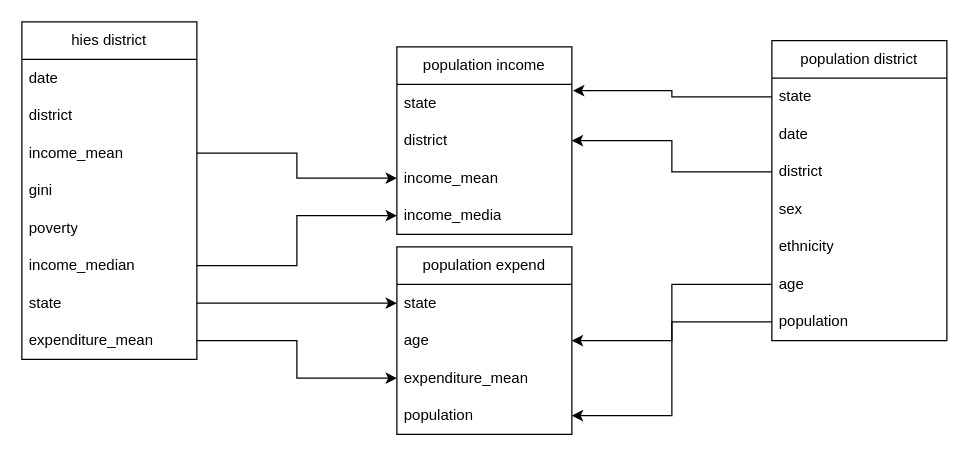
enchee123/potential-octo-guacamole keeps this draw.io diagram as Untitled Diagram.drawio. Above is the earlier version. Source tidied: cells renumbered, new cells numbered last; positions are measured from the earlier drawing's top-left corner, leaving out a move shared by most shapes. Both pictures are drawn from the tidied source at 125%, with x=0, y=0 at pixel (21, 21).
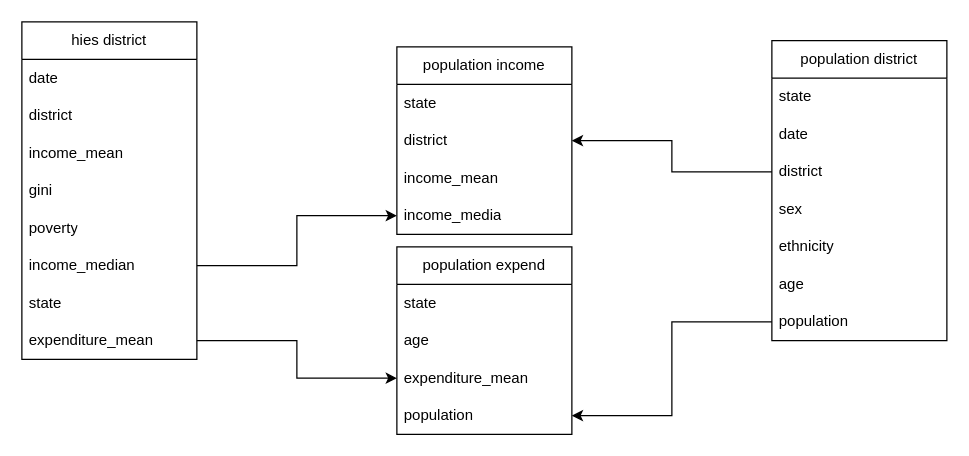
The same diagram, later.

Unchanged cells that the change refers to:
```xml
<mxCell id="5" value="income_mean" style="text;strokeColor=none;fillColor=none;align=left;verticalAlign=middle;spacingLeft=4;spacingRight=4;overflow=hidden;points=[[0,0.5],[1,0.5]];portConstraint=eastwest;whiteSpace=wrap;html=1;" parent="2" vertex="1">
  <mxGeometry y="90" width="140" height="30" as="geometry" />
</mxCell>
<mxCell id="9" value="state" style="text;strokeColor=none;fillColor=none;align=left;verticalAlign=middle;spacingLeft=4;spacingRight=4;overflow=hidden;points=[[0,0.5],[1,0.5]];portConstraint=eastwest;whiteSpace=wrap;html=1;" parent="2" vertex="1">
  <mxGeometry y="210" width="140" height="30" as="geometry" />
</mxCell>
<mxCell id="12" value="state" style="text;strokeColor=none;fillColor=none;align=left;verticalAlign=middle;spacingLeft=4;spacingRight=4;overflow=hidden;points=[[0,0.5],[1,0.5]];portConstraint=eastwest;whiteSpace=wrap;html=1;" parent="11" vertex="1">
  <mxGeometry y="30" width="140" height="30" as="geometry" />
</mxCell>
<mxCell id="17" value="age" style="text;strokeColor=none;fillColor=none;align=left;verticalAlign=middle;spacingLeft=4;spacingRight=4;overflow=hidden;points=[[0,0.5],[1,0.5]];portConstraint=eastwest;whiteSpace=wrap;html=1;" parent="11" vertex="1">
  <mxGeometry y="180" width="140" height="30" as="geometry" />
</mxCell>
<mxCell id="20" value="state" style="text;strokeColor=none;fillColor=none;align=left;verticalAlign=middle;spacingLeft=4;spacingRight=4;overflow=hidden;points=[[0,0.5],[1,0.5]];portConstraint=eastwest;whiteSpace=wrap;html=1;" parent="19" vertex="1">
  <mxGeometry y="30" width="140" height="30" as="geometry" />
</mxCell>
<mxCell id="21" value="age" style="text;strokeColor=none;fillColor=none;align=left;verticalAlign=middle;spacingLeft=4;spacingRight=4;overflow=hidden;points=[[0,0.5],[1,0.5]];portConstraint=eastwest;whiteSpace=wrap;html=1;" parent="19" vertex="1">
  <mxGeometry y="60" width="140" height="30" as="geometry" />
</mxCell>
<mxCell id="27" value="state" style="text;strokeColor=none;fillColor=none;align=left;verticalAlign=middle;spacingLeft=4;spacingRight=4;overflow=hidden;points=[[0,0.5],[1,0.5]];portConstraint=eastwest;whiteSpace=wrap;html=1;" parent="26" vertex="1">
  <mxGeometry y="30" width="140" height="30" as="geometry" />
</mxCell>
<mxCell id="29" value="income_mean" style="text;strokeColor=none;fillColor=none;align=left;verticalAlign=middle;spacingLeft=4;spacingRight=4;overflow=hidden;points=[[0,0.5],[1,0.5]];portConstraint=eastwest;whiteSpace=wrap;html=1;" parent="26" vertex="1">
  <mxGeometry y="90" width="140" height="30" as="geometry" />
</mxCell>
```

Change to the diagram source:
```diff
@@
-    <mxCell id="31" style="edgeStyle=orthogonalEdgeStyle;rounded=0;jettySize=auto;html=1;entryX=1;entryY=0.5;entryDx=0;entryDy=0;" parent="1" edge="1" source="17" target="21">
-      <mxGeometry relative="1" as="geometry" />
-    </mxCell>
-    <mxCell id="32" style="edgeStyle=orthogonalEdgeStyle;rounded=0;jettySize=auto;html=1;" parent="1" edge="1" source="9" target="20">
-      <mxGeometry relative="1" as="geometry" />
-    </mxCell>
-    <mxCell id="33" style="edgeStyle=orthogonalEdgeStyle;rounded=0;jettySize=auto;html=1;entryX=1.007;entryY=0.167;entryDx=0;entryDy=0;entryPerimeter=0;" parent="1" edge="1" source="12" target="27">
-      <mxGeometry relative="1" as="geometry" />
-    </mxCell>
@@
-    <mxCell id="35" style="edgeStyle=orthogonalEdgeStyle;rounded=0;jettySize=auto;html=1;entryX=0;entryY=0.5;entryDx=0;entryDy=0;" parent="1" edge="1" source="5" target="29">
-      <mxGeometry relative="1" as="geometry" />
-    </mxCell>
```
